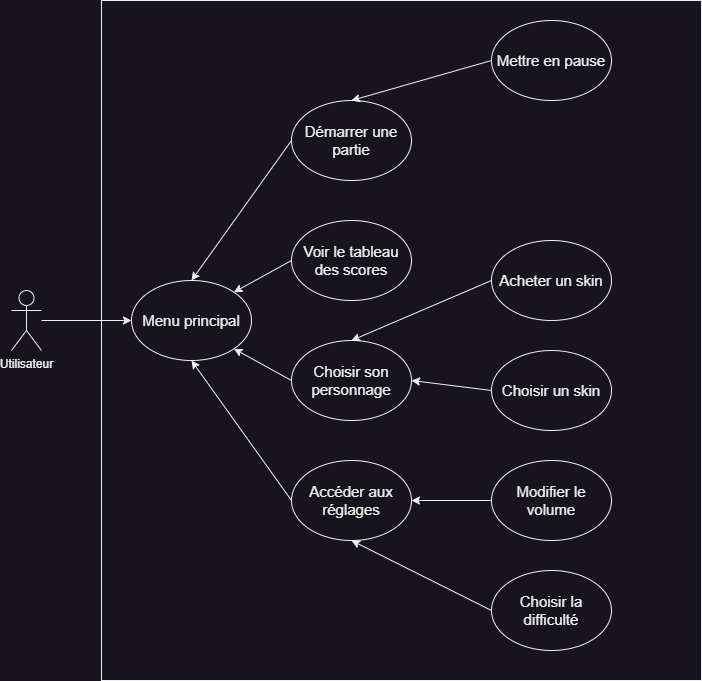
This is Diagrammes/Pictures/1-Use_Case.drawio.png from CrossyRoad-cnam/Docs, a draw.io export, as it was before one commit. Source tidied: cells renumbered, new cells last; positions are measured from the earlier drawing's top-left corner, leaving out a move shared by most shapes.
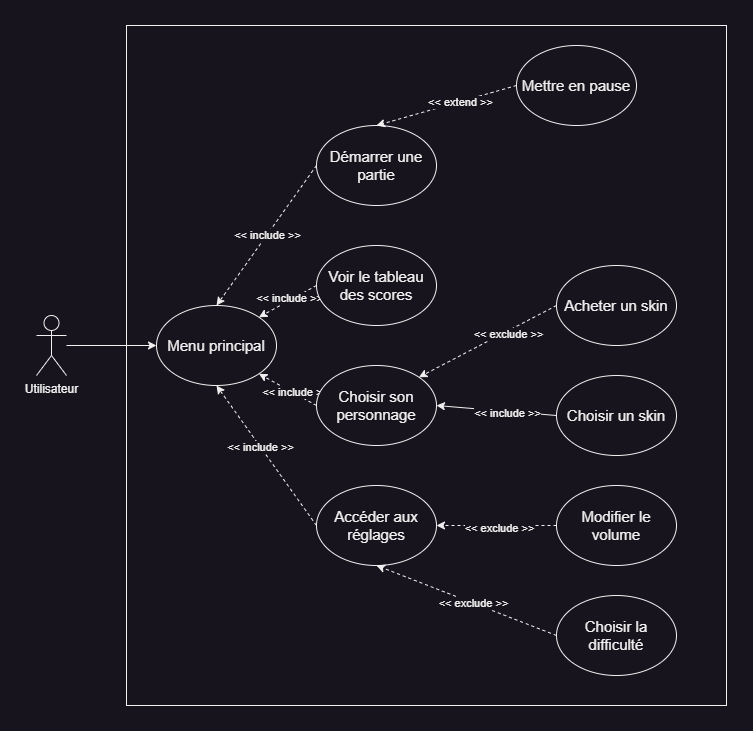
After the commit.

What changed in the source:
```diff
@@ -23,57 +23,86 @@
     <mxCell id="6" value="Menu principal" style="ellipse;whiteSpace=wrap;html=1;fontSize=15;" parent="1" vertex="1">
       <mxGeometry x="120" y="280" width="120" height="80" as="geometry" />
     </mxCell>
-    <mxCell id="7" style="jettySize=auto;html=1;exitX=0;exitY=0.5;exitDx=0;exitDy=0;entryX=0.5;entryY=0;entryDx=0;entryDy=0;" parent="1" edge="1" source="8" target="6">
+    <mxCell id="7" style="jettySize=auto;html=1;exitX=0;exitY=0.5;exitDx=0;exitDy=0;entryX=0.5;entryY=0;entryDx=0;entryDy=0;dashed=1;" parent="1" edge="1" source="8" target="6">
       <mxGeometry relative="1" as="geometry" />
     </mxCell>
+    <mxCell id="25" value="&amp;lt;&amp;lt; include &amp;gt;&amp;gt;" style="edgeLabel;html=1;align=center;verticalAlign=middle;" parent="7" vertex="1">
+      <mxGeometry relative="1" as="geometry" />
+    </mxCell>
     <mxCell id="8" value="Démarrer une partie" style="ellipse;whiteSpace=wrap;html=1;fontSize=15;" parent="1" vertex="1">
       <mxGeometry x="280" y="100" width="120" height="80" as="geometry" />
     </mxCell>
-    <mxCell id="9" style="jettySize=auto;html=1;exitX=0;exitY=0.5;exitDx=0;exitDy=0;entryX=1;entryY=0;entryDx=0;entryDy=0;rounded=1;" parent="1" edge="1" source="10" target="6">
+    <mxCell id="9" style="jettySize=auto;html=1;exitX=0;exitY=0.5;exitDx=0;exitDy=0;entryX=1;entryY=0;entryDx=0;entryDy=0;rounded=1;dashed=1;" parent="1" edge="1" source="10" target="6">
       <mxGeometry relative="1" as="geometry" />
     </mxCell>
+    <mxCell id="26" value="&amp;lt;&amp;lt; include &amp;gt;&amp;gt;" style="edgeLabel;html=1;align=center;verticalAlign=middle;" parent="9" vertex="1">
+      <mxGeometry x="-0.09" y="-2" relative="1" as="geometry" />
+    </mxCell>
     <mxCell id="10" value="Voir le tableau des scores" style="ellipse;whiteSpace=wrap;html=1;fontSize=15;" parent="1" vertex="1">
       <mxGeometry x="280" y="220" width="120" height="80" as="geometry" />
     </mxCell>
-    <mxCell id="11" style="jettySize=auto;html=1;exitX=0;exitY=0.5;exitDx=0;exitDy=0;entryX=1;entryY=1;entryDx=0;entryDy=0;rounded=1;" parent="1" edge="1" source="12" target="6">
+    <mxCell id="11" style="jettySize=auto;html=1;exitX=0;exitY=0.5;exitDx=0;exitDy=0;entryX=1;entryY=1;entryDx=0;entryDy=0;rounded=1;dashed=1;" parent="1" edge="1" source="12" target="6">
       <mxGeometry relative="1" as="geometry" />
     </mxCell>
+    <mxCell id="27" value="&amp;lt;&amp;lt; include &amp;gt;&amp;gt;" style="edgeLabel;html=1;align=center;verticalAlign=middle;" parent="11" vertex="1">
+      <mxGeometry x="-0.24" y="-2" relative="1" as="geometry" />
+    </mxCell>
     <mxCell id="12" value="Choisir son personnage" style="ellipse;whiteSpace=wrap;html=1;fontSize=15;" parent="1" vertex="1">
       <mxGeometry x="280" y="340" width="120" height="80" as="geometry" />
     </mxCell>
-    <mxCell id="13" style="jettySize=auto;html=1;exitX=0;exitY=0.5;exitDx=0;exitDy=0;entryX=0.5;entryY=1;entryDx=0;entryDy=0;rounded=1;" parent="1" edge="1" source="14" target="6">
+    <mxCell id="13" style="jettySize=auto;html=1;exitX=0;exitY=0.5;exitDx=0;exitDy=0;entryX=0.5;entryY=1;entryDx=0;entryDy=0;rounded=1;dashed=1;" parent="1" edge="1" source="14" target="6">
       <mxGeometry relative="1" as="geometry" />
     </mxCell>
+    <mxCell id="28" value="&amp;lt;&amp;lt; include &amp;gt;&amp;gt;" style="edgeLabel;html=1;align=center;verticalAlign=middle;" parent="13" vertex="1">
+      <mxGeometry x="0.12" relative="1" as="geometry" />
+    </mxCell>
     <mxCell id="14" value="Accéder aux réglages" style="ellipse;whiteSpace=wrap;html=1;fontSize=15;" parent="1" vertex="1">
       <mxGeometry x="280" y="460" width="120" height="80" as="geometry" />
     </mxCell>
-    <mxCell id="15" style="jettySize=auto;html=1;exitX=0;exitY=0.5;exitDx=0;exitDy=0;entryX=1;entryY=0.5;entryDx=0;entryDy=0;rounded=1;" parent="1" edge="1" source="16" target="14">
+    <mxCell id="15" style="jettySize=auto;html=1;exitX=0;exitY=0.5;exitDx=0;exitDy=0;entryX=1;entryY=0.5;entryDx=0;entryDy=0;rounded=1;dashed=1;" parent="1" edge="1" source="16" target="14">
       <mxGeometry relative="1" as="geometry" />
     </mxCell>
+    <mxCell id="29" value="&amp;lt;&amp;lt; exclude &amp;gt;&amp;gt;" style="edgeLabel;html=1;align=center;verticalAlign=middle;" parent="15" vertex="1">
+      <mxGeometry x="-0.04" y="3" relative="1" as="geometry" />
+    </mxCell>
     <mxCell id="16" value="Modifier le volume" style="ellipse;whiteSpace=wrap;html=1;fontSize=15;" parent="1" vertex="1">
-      <mxGeometry x="480" y="460" width="120" height="80" as="geometry" />
+      <mxGeometry x="520" y="460" width="120" height="80" as="geometry" />
     </mxCell>
-    <mxCell id="17" style="jettySize=auto;html=1;exitX=0;exitY=0.5;exitDx=0;exitDy=0;entryX=0.5;entryY=1;entryDx=0;entryDy=0;rounded=1;" parent="1" edge="1" source="18" target="14">
+    <mxCell id="17" style="jettySize=auto;html=1;exitX=0;exitY=0.5;exitDx=0;exitDy=0;entryX=0.5;entryY=1;entryDx=0;entryDy=0;rounded=1;dashed=1;" parent="1" edge="1" source="18" target="14">
       <mxGeometry relative="1" as="geometry" />
     </mxCell>
+    <mxCell id="30" value="&amp;lt;&amp;lt; exclude &amp;gt;&amp;gt;" style="edgeLabel;html=1;align=center;verticalAlign=middle;" parent="17" vertex="1">
+      <mxGeometry x="-0.07" relative="1" as="geometry" />
+    </mxCell>
     <mxCell id="18" value="Choisir la difficulté" style="ellipse;whiteSpace=wrap;html=1;fontSize=15;" parent="1" vertex="1">
-      <mxGeometry x="480" y="570" width="120" height="80" as="geometry" />
+      <mxGeometry x="520" y="570" width="120" height="80" as="geometry" />
     </mxCell>
-    <mxCell id="19" style="jettySize=auto;html=1;exitX=0;exitY=0.5;exitDx=0;exitDy=0;entryX=0.5;entryY=0;entryDx=0;entryDy=0;rounded=1;" parent="1" edge="1" source="20" target="12">
+    <mxCell id="19" style="jettySize=auto;html=1;exitX=0;exitY=0.5;exitDx=0;exitDy=0;entryX=1;entryY=0;entryDx=0;entryDy=0;rounded=1;dashed=1;" parent="1" edge="1" source="20" target="12">
       <mxGeometry relative="1" as="geometry" />
     </mxCell>
+    <mxCell id="31" value="&amp;lt;&amp;lt; exclude &amp;gt;&amp;gt;" style="edgeLabel;html=1;align=center;verticalAlign=middle;" parent="19" vertex="1">
+      <mxGeometry x="-0.27" y="3" relative="1" as="geometry" />
+    </mxCell>
     <mxCell id="20" value="Acheter un skin" style="ellipse;whiteSpace=wrap;html=1;fontSize=15;" parent="1" vertex="1">
-      <mxGeometry x="480" y="240" width="120" height="80" as="geometry" />
+      <mxGeometry x="520" y="240" width="120" height="80" as="geometry" />
     </mxCell>
-    <mxCell id="21" style="jettySize=auto;html=1;exitX=0;exitY=0.5;exitDx=0;exitDy=0;entryX=1;entryY=0.5;entryDx=0;entryDy=0;rounded=1;" parent="1" edge="1" source="22" target="12">
-      <mxGeometry relative="1" as="geometry" />
+    <mxCell id="21" style="jettySize=auto;html=1;exitX=0;exitY=0.5;exitDx=0;exitDy=0;rounded=1;" parent="1" edge="1" source="22">
+      <mxGeometry relative="1" as="geometry">
+        <mxPoint x="400" y="380" as="targetPoint" />
+      </mxGeometry>
     </mxCell>
+    <mxCell id="32" value="&amp;lt;&amp;lt; include &amp;gt;&amp;gt;" style="edgeLabel;html=1;align=center;verticalAlign=middle;" parent="21" vertex="1">
+      <mxGeometry x="-0.18" y="2" relative="1" as="geometry" />
+    </mxCell>
     <mxCell id="22" value="Choisir un skin" style="ellipse;whiteSpace=wrap;html=1;fontSize=15;" parent="1" vertex="1">
-      <mxGeometry x="480" y="350" width="120" height="80" as="geometry" />
+      <mxGeometry x="520" y="350" width="120" height="80" as="geometry" />
     </mxCell>
-    <mxCell id="23" style="jettySize=auto;html=1;exitX=0;exitY=0.5;exitDx=0;exitDy=0;entryX=0.5;entryY=0;entryDx=0;entryDy=0;rounded=1;" parent="1" edge="1" source="24" target="8">
+    <mxCell id="23" style="jettySize=auto;html=1;exitX=0;exitY=0.5;exitDx=0;exitDy=0;entryX=0.5;entryY=0;entryDx=0;entryDy=0;rounded=1;dashed=1;" parent="1" edge="1" source="24" target="8">
       <mxGeometry relative="1" as="geometry" />
     </mxCell>
+    <mxCell id="33" value="&amp;lt;&amp;lt; extend &amp;gt;&amp;gt;" style="edgeLabel;html=1;align=center;verticalAlign=middle;" parent="23" vertex="1">
+      <mxGeometry x="-0.18" relative="1" as="geometry" />
+    </mxCell>
     <mxCell id="24" value="Mettre en pause" style="ellipse;whiteSpace=wrap;html=1;fontSize=15;" parent="1" vertex="1">
       <mxGeometry x="480" y="20" width="120" height="80" as="geometry" />
     </mxCell>
```
